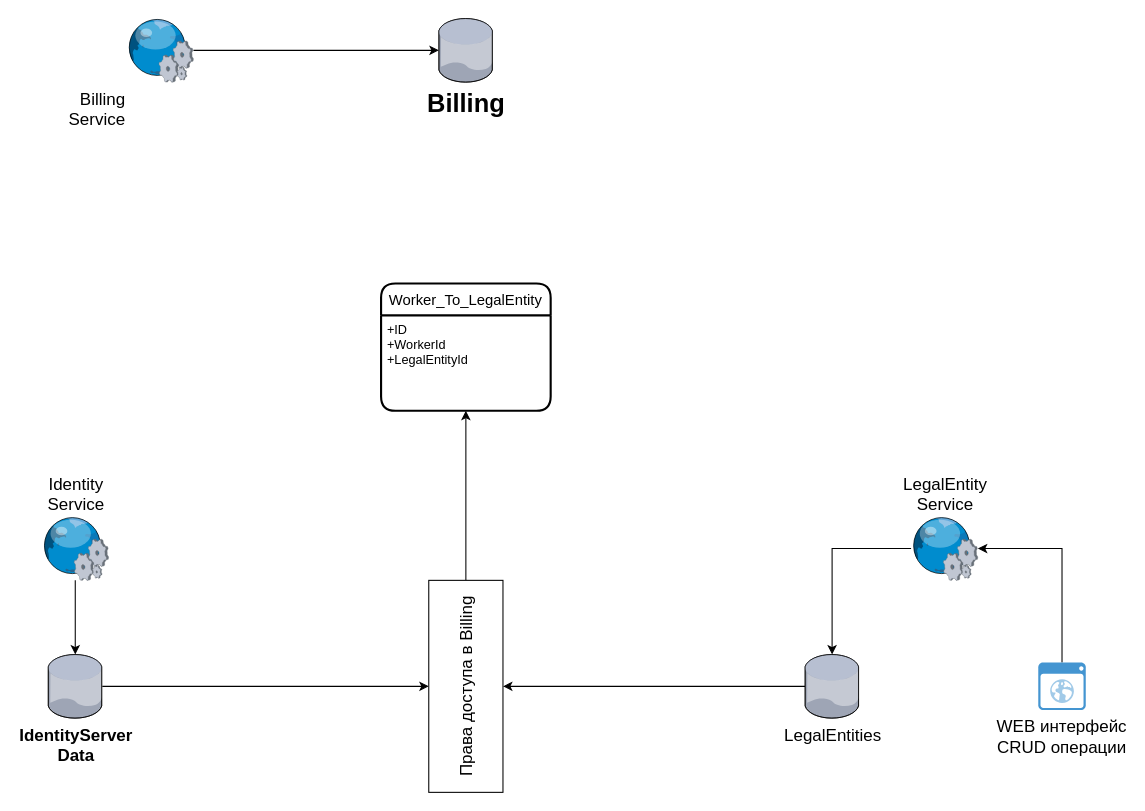
Earlier version of the draw.io diagram Ibzkh.LegalEntites.drawio (aaf1974/ProjectDiagram). Source tidied: cells renumbered, new cells numbered last; positions are measured from the earlier drawing's top-left corner, leaving out a move shared by most shapes. Both pictures are drawn from the tidied source at 106%, with x=0, y=0 at pixel (41, 18).
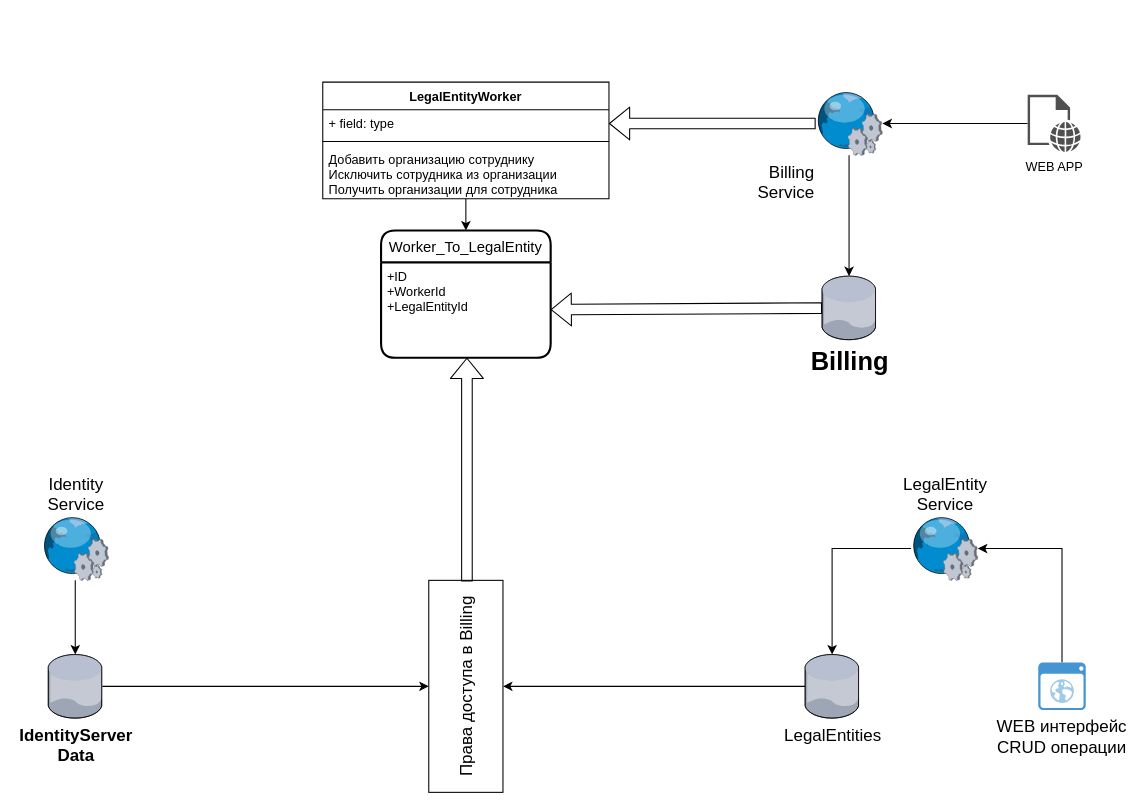
After the change.

Unchanged cells that the change refers to:
```xml
<mxCell id="14" value="+ID&#10;+WorkerId&#10;+LegalEntityId" style="align=left;strokeColor=none;fillColor=none;spacingLeft=4;fontSize=12;verticalAlign=top;" parent="13" vertex="1">
  <mxGeometry y="30" width="160" height="90" as="geometry" />
</mxCell>
<mxCell id="16" value="Права доступа в Billing" style="rounded=0;whiteSpace=wrap;html=1;fontSize=16;horizontal=0;" parent="1" vertex="1">
  <mxGeometry x="365" y="530" width="70" height="200" as="geometry" />
</mxCell>
```

Diff of the diagram source:
```diff
@@
     <mxCell id="2" value="Billing" style="verticalLabelPosition=bottom;html=1;verticalAlign=top;strokeColor=none;align=center;outlineConnect=0;shape=mxgraph.citrix.database;fontSize=24;labelPosition=center;fontStyle=1;" parent="1" vertex="1">
-      <mxGeometry x="374.5" width="51" height="60" as="geometry" />
+      <mxGeometry x="736" y="243" width="51" height="60" as="geometry" />
     </mxCell>
@@
     <mxCell id="13" value="Worker_To_LegalEntity" style="swimlane;horizontal=1;startSize=30;rounded=1;fontSize=14;fontStyle=0;strokeWidth=2;shadow=0;dashed=0;align=center;" parent="1" vertex="1">
-      <mxGeometry x="320" y="250" width="160" height="120" as="geometry" />
+      <mxGeometry x="320" y="200" width="160" height="120" as="geometry" />
     </mxCell>
@@
-    <mxCell id="15" style="edgeStyle=orthogonalEdgeStyle;rounded=0;jettySize=auto;html=1;fontSize=16;" parent="1" edge="1" source="16" target="14">
-      <mxGeometry relative="1" as="geometry" />
-    </mxCell>
@@
-    <mxCell id="17" style="edgeStyle=orthogonalEdgeStyle;rounded=0;jettySize=auto;html=1;fontSize=16;" parent="1" edge="1" source="18" target="2">
+    <mxCell id="17" style="edgeStyle=orthogonalEdgeStyle;rounded=0;jettySize=auto;html=1;" parent="1" edge="1" source="18" target="2">
       <mxGeometry relative="1" as="geometry" />
     </mxCell>
     <mxCell id="18" value="&lt;font style=&quot;font-size: 16px&quot;&gt;Billing&lt;br style=&quot;font-size: 16px;&quot;&gt;Service&lt;/font&gt;" style="verticalLabelPosition=bottom;html=1;verticalAlign=top;strokeColor=none;align=right;outlineConnect=0;shape=mxgraph.citrix.web_service;fontSize=16;labelPosition=left;" parent="1" vertex="1">
-      <mxGeometry x="80" width="63" height="60" as="geometry" />
+      <mxGeometry x="730" y="69" width="63" height="60" as="geometry" />
     </mxCell>
+    <mxCell id="19" style="edgeStyle=orthogonalEdgeStyle;rounded=0;jettySize=auto;html=1;entryX=0.5;entryY=0;entryDx=0;entryDy=0;" parent="1" edge="1" source="20" target="13">
+      <mxGeometry relative="1" as="geometry" />
+    </mxCell>
+    <mxCell id="20" value="LegalEntityWorker" style="swimlane;fontStyle=1;align=center;verticalAlign=top;horizontal=1;startSize=26;" parent="1" vertex="1">
+      <mxGeometry x="265" y="60" width="270" height="110" as="geometry" />
+    </mxCell>
+    <mxCell id="21" value="+ field: type" style="text;strokeColor=none;fillColor=none;align=left;verticalAlign=top;spacingLeft=4;spacingRight=4;overflow=hidden;points=[[0,0.5],[1,0.5]];portConstraint=eastwest;" parent="20" vertex="1">
+      <mxGeometry y="26" width="270" height="26" as="geometry" />
+    </mxCell>
+    <mxCell id="22" style="line;strokeWidth=1;fillColor=none;align=left;verticalAlign=middle;spacingTop=-1;spacingLeft=3;spacingRight=3;labelPosition=right;" parent="20" vertex="1">
+      <mxGeometry y="52" width="270" height="8" as="geometry" />
+    </mxCell>
+    <mxCell id="23" value="Добавить организацию сотруднику&#10;Исключить сотрудника из организации&#10;Получить организации для сотрудника" style="text;strokeColor=none;fillColor=none;align=left;verticalAlign=top;spacingLeft=4;spacingRight=4;overflow=hidden;" parent="20" vertex="1">
+      <mxGeometry y="60" width="270" height="50" as="geometry" />
+    </mxCell>
+    <mxCell id="24" style="shape=flexArrow;endArrow=classic;html=1;" parent="1" edge="1" source="2" target="14">
+      <mxGeometry relative="1" as="geometry" />
+    </mxCell>
+    <mxCell id="25" style="edgeStyle=orthogonalEdgeStyle;rounded=0;jettySize=auto;html=1;" parent="1" edge="1" source="26" target="18">
+      <mxGeometry relative="1" as="geometry" />
+    </mxCell>
+    <mxCell id="26" value="WEB APP" style="shadow=0;dashed=0;html=1;strokeColor=none;fillColor=#505050;labelPosition=center;verticalLabelPosition=bottom;verticalAlign=top;outlineConnect=0;align=center;shape=mxgraph.office.concepts.web_page;" parent="1" vertex="1">
+      <mxGeometry x="930" y="72" width="50" height="54" as="geometry" />
+    </mxCell>
+    <mxCell id="27" style="shape=flexArrow;endArrow=classic;html=1;entryX=1;entryY=0.5;entryDx=0;entryDy=0;" parent="1" edge="1" source="18" target="21">
+      <mxGeometry relative="1" as="geometry" />
+    </mxCell>
+    <mxCell id="28" style="shape=flexArrow;endArrow=classic;html=1;exitX=0.657;exitY=0.005;exitDx=0;exitDy=0;exitPerimeter=0;entryX=0.569;entryY=1;entryDx=0;entryDy=0;entryPerimeter=0;" parent="1" edge="1">
+      <mxGeometry relative="1" as="geometry">
+        <mxPoint x="401" y="531" as="sourcePoint" />
+        <mxPoint x="401" y="320" as="targetPoint" />
+      </mxGeometry>
+    </mxCell>
```
